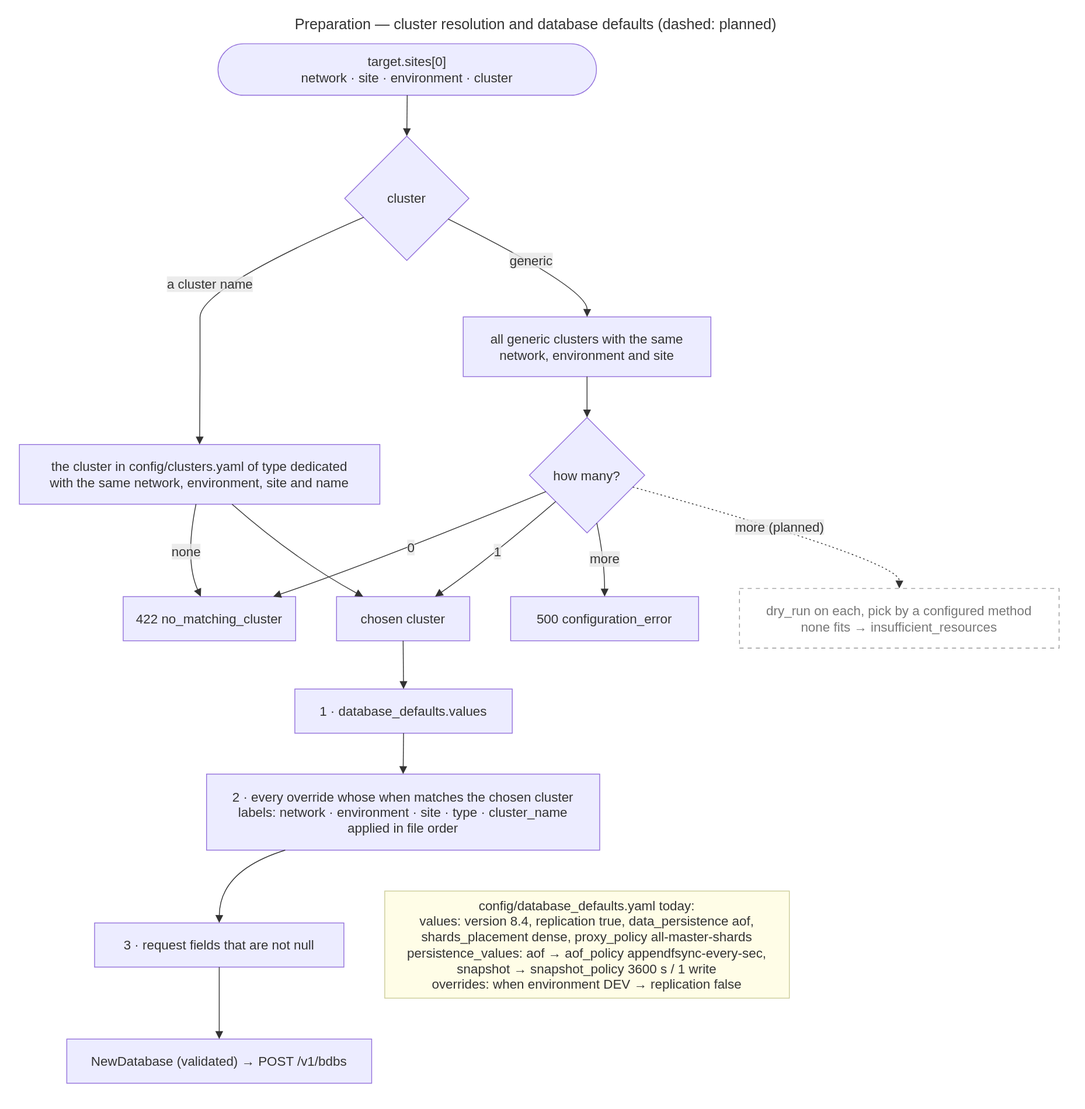
This is docs/diagrams/13-flow-cluster-and-defaults.drawio.svg from EliShteinman/redis-enterprise-services, a draw.io export, as it was before one commit. Source tidied: cells renumbered, new cells last; positions are measured from the earlier drawing's top-left corner, leaving out a move shared by most shapes. Its diagram source:
```xml
<mxGraphModel>
  <root>
    <mxCell id="0" />
    <mxCell id="1" parent="0" />
    <mxCell id="2" value="target.sites[0]&#10;network · site · environment · cluster" style="html=1;rounded=1;whiteSpace=wrap;arcSize=50;strokeWidth=1;fillColor=light-dark(#ECECFF,#1f2020);strokeColor=light-dark(#9370DB,#cccccc);fontColor=light-dark(#333333,#cccccc);fontFamily=Trebuchet MS,Verdana,Arial,sans-serif;fontSize=16;" parent="1" vertex="1">
      <mxGeometry x="251" y="38" width="463" height="63" as="geometry" />
    </mxCell>
    <mxCell id="3" value="cluster" style="rhombus;html=1;strokeWidth=1;whiteSpace=wrap;fillColor=light-dark(#ECECFF,#1f2020);strokeColor=light-dark(#9370DB,#cccccc);fontColor=light-dark(#333333,#cccccc);fontFamily=Trebuchet MS,Verdana,Arial,sans-serif;fontSize=16;" parent="1" vertex="1">
      <mxGeometry x="406" y="151" width="152" height="152" as="geometry" />
    </mxCell>
    <mxCell id="4" value="the cluster in config/clusters.yaml of type dedicated&#10;with the same network, environment, site and name" style="html=1;whiteSpace=wrap;strokeWidth=1;fillColor=light-dark(#ECECFF,#1f2020);strokeColor=light-dark(#9370DB,#cccccc);fontColor=light-dark(#333333,#cccccc);fontFamily=Trebuchet MS,Verdana,Arial,sans-serif;fontSize=16;" parent="1" vertex="1">
      <mxGeometry x="8" y="528" width="441" height="73" as="geometry" />
    </mxCell>
    <mxCell id="5" value="all generic clusters with the same&#10;network, environment and site" style="html=1;whiteSpace=wrap;strokeWidth=1;fillColor=light-dark(#ECECFF,#1f2020);strokeColor=light-dark(#9370DB,#cccccc);fontColor=light-dark(#333333,#cccccc);fontFamily=Trebuchet MS,Verdana,Arial,sans-serif;fontSize=16;" parent="1" vertex="1">
      <mxGeometry x="551" y="372" width="303" height="73" as="geometry" />
    </mxCell>
    <mxCell id="6" value="how many?" style="rhombus;html=1;strokeWidth=1;whiteSpace=wrap;fillColor=light-dark(#ECECFF,#1f2020);strokeColor=light-dark(#9370DB,#cccccc);fontColor=light-dark(#333333,#cccccc);fontFamily=Trebuchet MS,Verdana,Arial,sans-serif;fontSize=16;" parent="1" vertex="1">
      <mxGeometry x="632" y="495" width="141" height="141" as="geometry" />
    </mxCell>
    <mxCell id="7" value="422 no_matching_cluster" style="html=1;whiteSpace=wrap;strokeWidth=1;fillColor=light-dark(#ECECFF,#1f2020);strokeColor=light-dark(#9370DB,#cccccc);fontColor=light-dark(#333333,#cccccc);fontFamily=Trebuchet MS,Verdana,Arial,sans-serif;fontSize=16;" parent="1" vertex="1">
      <mxGeometry x="135" y="714" width="211" height="54" as="geometry" />
    </mxCell>
    <mxCell id="8" value="chosen cluster" style="html=1;whiteSpace=wrap;strokeWidth=1;fillColor=light-dark(#ECECFF,#1f2020);strokeColor=light-dark(#9370DB,#cccccc);fontColor=light-dark(#333333,#cccccc);fontFamily=Trebuchet MS,Verdana,Arial,sans-serif;fontSize=16;" parent="1" vertex="1">
      <mxGeometry x="396" y="714" width="163" height="54" as="geometry" />
    </mxCell>
    <mxCell id="9" value="500 configuration_error" style="html=1;whiteSpace=wrap;strokeWidth=1;fillColor=light-dark(#ECECFF,#1f2020);strokeColor=light-dark(#9370DB,#cccccc);fontColor=light-dark(#333333,#cccccc);fontFamily=Trebuchet MS,Verdana,Arial,sans-serif;fontSize=16;" parent="1" vertex="1">
      <mxGeometry x="609" y="714" width="230" height="54" as="geometry" />
    </mxCell>
    <mxCell id="10" value="dry_run on each, pick by a configured method&#10;none fits → insufficient_resources" style="html=1;whiteSpace=wrap;strokeWidth=1;fillColor=default;strokeColor=#999;fontColor=#777;fontFamily=Trebuchet MS,Verdana,Arial,sans-serif;fontSize=16;dashed=1;dashPattern=5 5;fixDash=1;" parent="1" vertex="1">
      <mxGeometry x="889" y="704" width="391" height="73" as="geometry" />
    </mxCell>
    <mxCell id="11" value="1 · database_defaults.values" style="html=1;whiteSpace=wrap;strokeWidth=1;fillColor=light-dark(#ECECFF,#1f2020);strokeColor=light-dark(#9370DB,#cccccc);fontColor=light-dark(#333333,#cccccc);fontFamily=Trebuchet MS,Verdana,Arial,sans-serif;fontSize=16;" parent="1" vertex="1">
      <mxGeometry x="345" y="827" width="266" height="54" as="geometry" />
    </mxCell>
    <mxCell id="12" value="2 · every override whose when matches the chosen cluster&#10;labels: network · environment · site · type · cluster_name&#10;applied in file order" style="html=1;whiteSpace=wrap;strokeWidth=1;fillColor=light-dark(#ECECFF,#1f2020);strokeColor=light-dark(#9370DB,#cccccc);fontColor=light-dark(#333333,#cccccc);fontFamily=Trebuchet MS,Verdana,Arial,sans-serif;fontSize=16;" parent="1" vertex="1">
      <mxGeometry x="237" y="931" width="481" height="93" as="geometry" />
    </mxCell>
    <mxCell id="13" value="3 · request fields that are not null" style="html=1;whiteSpace=wrap;strokeWidth=1;fillColor=light-dark(#ECECFF,#1f2020);strokeColor=light-dark(#9370DB,#cccccc);fontColor=light-dark(#333333,#cccccc);fontFamily=Trebuchet MS,Verdana,Arial,sans-serif;fontSize=16;" parent="1" vertex="1">
      <mxGeometry x="100" y="1113" width="305" height="54" as="geometry" />
    </mxCell>
    <mxCell id="14" value="NewDatabase (validated) → POST /v1/bdbs" style="html=1;whiteSpace=wrap;strokeWidth=1;fillColor=light-dark(#ECECFF,#1f2020);strokeColor=light-dark(#9370DB,#cccccc);fontColor=light-dark(#333333,#cccccc);fontFamily=Trebuchet MS,Verdana,Arial,sans-serif;fontSize=16;" parent="1" vertex="1">
      <mxGeometry x="66" y="1255" width="373" height="54" as="geometry" />
    </mxCell>
    <mxCell id="15" value="config/database_defaults.yaml today:&#10;values: version 8.4, replication true, data_persistence aof,&#10;shards_placement dense, proxy_policy all-master-shards&#10;persistence_values: aof → aof_policy appendfsync-every-sec,&#10;snapshot → snapshot_policy 3600 s / 1 write&#10;overrides: when environment DEV → replication false" style="html=1;whiteSpace=wrap;strokeWidth=1;fillColor=#fffde7;strokeColor=#cccc99;fontColor=light-dark(#333333,#cccccc);fontFamily=Trebuchet MS,Verdana,Arial,sans-serif;fontSize=16;" parent="1" vertex="1">
      <mxGeometry x="455" y="1074" width="495" height="131" as="geometry" />
    </mxCell>
    <mxCell id="16" style="curved=1;startArrow=none;endArrow=block;endSize=7;strokeColor=light-dark(#333333,#cccccc);exitX=0.5;exitY=1;entryX=0.5;entryY=0;" parent="1" edge="1" source="2" target="3">
      <mxGeometry relative="1" as="geometry" />
    </mxCell>
    <mxCell id="17" value="a cluster name" style="curved=1;startArrow=none;endArrow=block;endSize=7;strokeColor=light-dark(#333333,#cccccc);html=1;fontSize=16;labelBackgroundColor=light-dark(#E8E8E88D,#2a2a2a8D);fontFamily=Trebuchet MS,Verdana,Arial,sans-serif;fontColor=light-dark(#333333,#cccccc);exitX=0;exitY=0.72;entryX=0.5;entryY=0;" parent="1" edge="1" source="3" target="4">
      <mxGeometry relative="1" as="geometry">
        <Array as="points">
          <mxPoint x="229" y="337" />
          <mxPoint x="229" y="408" />
          <mxPoint x="229" y="470" />
        </Array>
      </mxGeometry>
    </mxCell>
    <mxCell id="18" value="generic" style="curved=1;startArrow=none;endArrow=block;endSize=7;strokeColor=light-dark(#333333,#cccccc);html=1;fontSize=16;labelBackgroundColor=light-dark(#E8E8E88D,#2a2a2a8D);fontFamily=Trebuchet MS,Verdana,Arial,sans-serif;fontColor=light-dark(#333333,#cccccc);exitX=1;exitY=0.75;entryX=0.5;entryY=0;" parent="1" edge="1" source="3" target="5">
      <mxGeometry relative="1" as="geometry">
        <Array as="points">
          <mxPoint x="703" y="337" />
        </Array>
      </mxGeometry>
    </mxCell>
    <mxCell id="19" style="curved=1;startArrow=none;endArrow=block;endSize=7;strokeColor=light-dark(#333333,#cccccc);exitX=0.5;exitY=1;entryX=0.5;entryY=0;" parent="1" edge="1" source="5" target="6">
      <mxGeometry relative="1" as="geometry" />
    </mxCell>
    <mxCell id="20" value="0" style="curved=1;startArrow=none;endArrow=block;endSize=7;strokeColor=light-dark(#333333,#cccccc);html=1;fontSize=16;labelBackgroundColor=light-dark(#E8E8E88D,#2a2a2a8D);fontFamily=Trebuchet MS,Verdana,Arial,sans-serif;fontColor=light-dark(#333333,#cccccc);exitX=0;exitY=0.7;entryX=0.87;entryY=0;" parent="1" edge="1" source="6" target="7">
      <mxGeometry relative="1" as="geometry">
        <Array as="points">
          <mxPoint x="447" y="670" />
        </Array>
      </mxGeometry>
    </mxCell>
    <mxCell id="21" value="1" style="curved=1;startArrow=none;endArrow=block;endSize=7;strokeColor=light-dark(#333333,#cccccc);html=1;fontSize=16;labelBackgroundColor=light-dark(#E8E8E88D,#2a2a2a8D);fontFamily=Trebuchet MS,Verdana,Arial,sans-serif;fontColor=light-dark(#333333,#cccccc);exitX=0;exitY=0.92;entryX=0.74;entryY=0;" parent="1" edge="1" source="6" target="8">
      <mxGeometry relative="1" as="geometry">
        <Array as="points">
          <mxPoint x="580" y="670" />
        </Array>
      </mxGeometry>
    </mxCell>
    <mxCell id="22" value="more" style="curved=1;startArrow=none;endArrow=block;endSize=7;strokeColor=light-dark(#333333,#cccccc);html=1;fontSize=16;labelBackgroundColor=light-dark(#E8E8E88D,#2a2a2a8D);fontFamily=Trebuchet MS,Verdana,Arial,sans-serif;fontColor=light-dark(#333333,#cccccc);exitX=0.6;exitY=0.99;entryX=0.5;entryY=0;" parent="1" edge="1" source="6" target="9">
      <mxGeometry relative="1" as="geometry">
        <Array as="points">
          <mxPoint x="724" y="670" />
        </Array>
      </mxGeometry>
    </mxCell>
    <mxCell id="23" value="more (planned)" style="curved=1;dashed=1;dashPattern=2 3;fixDash=1;startArrow=none;endArrow=block;endSize=7;strokeColor=light-dark(#333333,#cccccc);html=1;fontSize=16;labelBackgroundColor=light-dark(#E8E8E88D,#2a2a2a8D);fontFamily=Trebuchet MS,Verdana,Arial,sans-serif;fontColor=light-dark(#333333,#cccccc);exitX=1;exitY=0.63;entryX=0.5;entryY=0;" parent="1" edge="1" source="6" target="10">
      <mxGeometry relative="1" as="geometry">
        <Array as="points">
          <mxPoint x="1085" y="670" />
        </Array>
      </mxGeometry>
    </mxCell>
    <mxCell id="24" value="none" style="curved=1;startArrow=none;endArrow=block;endSize=7;strokeColor=light-dark(#333333,#cccccc);html=1;fontSize=16;labelBackgroundColor=light-dark(#E8E8E88D,#2a2a2a8D);fontFamily=Trebuchet MS,Verdana,Arial,sans-serif;fontColor=light-dark(#333333,#cccccc);exitX=0.49;exitY=1;entryX=0.45;entryY=0;" parent="1" edge="1" source="4" target="7">
      <mxGeometry relative="1" as="geometry">
        <Array as="points">
          <mxPoint x="210" y="670" />
        </Array>
      </mxGeometry>
    </mxCell>
    <mxCell id="25" style="curved=1;startArrow=none;endArrow=block;endSize=7;strokeColor=light-dark(#333333,#cccccc);exitX=0.59;exitY=1;entryX=0.2;entryY=0;" parent="1" edge="1" source="4" target="8">
      <mxGeometry relative="1" as="geometry">
        <Array as="points">
          <mxPoint x="347" y="670" />
        </Array>
      </mxGeometry>
    </mxCell>
    <mxCell id="26" style="curved=1;startArrow=none;endArrow=block;endSize=7;strokeColor=light-dark(#333333,#cccccc);exitX=0.5;exitY=1;entryX=0.5;entryY=0;" parent="1" edge="1" source="8" target="11">
      <mxGeometry relative="1" as="geometry" />
    </mxCell>
    <mxCell id="27" style="curved=1;startArrow=none;endArrow=block;endSize=7;strokeColor=light-dark(#333333,#cccccc);exitX=0.5;exitY=1;entryX=0.5;entryY=0;" parent="1" edge="1" source="11" target="12">
      <mxGeometry relative="1" as="geometry" />
    </mxCell>
    <mxCell id="28" style="curved=1;startArrow=none;endArrow=block;endSize=7;strokeColor=light-dark(#333333,#cccccc);exitX=0.2;exitY=1;entryX=0.5;entryY=0;" parent="1" edge="1" source="12" target="13">
      <mxGeometry relative="1" as="geometry">
        <Array as="points">
          <mxPoint x="253" y="1049" />
        </Array>
      </mxGeometry>
    </mxCell>
    <mxCell id="29" style="curved=1;startArrow=none;endArrow=block;endSize=7;strokeColor=light-dark(#333333,#cccccc);exitX=0.5;exitY=1;entryX=0.5;entryY=0;" parent="1" edge="1" source="13" target="14">
      <mxGeometry relative="1" as="geometry" />
    </mxCell>
    <mxCell id="30" value="Preparation — cluster resolution and database defaults (dashed: planned)" style="text;strokeColor=none;fillColor=none;align=center;verticalAlign=middle;fontSize=18;fontColor=light-dark(#333333,#cccccc);fontFamily=trebuchet ms,verdana,arial,sans-serif;" parent="1" vertex="1">
      <mxGeometry width="1280" height="25" as="geometry" />
    </mxCell>
  </root>
</mxGraphModel>
```
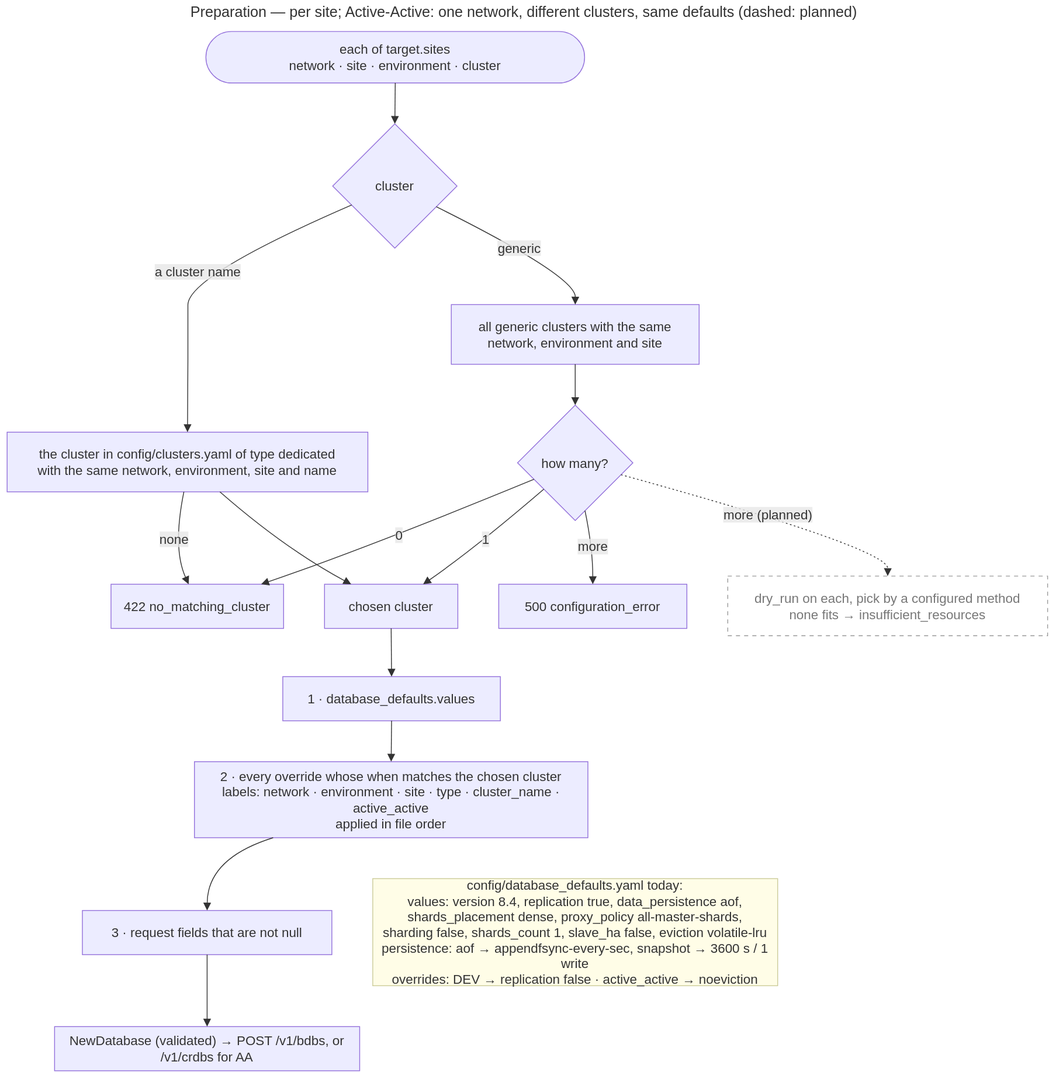
The same diagram one commit later.

Commit message:
docs(diagrams): Active-Active in the API models, preparation, context and layer diagrams

The edit, as a diff of the source:
```diff
@@ -2,7 +2,7 @@
   <root>
     <mxCell id="0" />
     <mxCell id="1" parent="0" />
-    <mxCell id="2" value="target.sites[0]&#10;network · site · environment · cluster" style="html=1;rounded=1;whiteSpace=wrap;arcSize=50;strokeWidth=1;fillColor=light-dark(#ECECFF,#1f2020);strokeColor=light-dark(#9370DB,#cccccc);fontColor=light-dark(#333333,#cccccc);fontFamily=Trebuchet MS,Verdana,Arial,sans-serif;fontSize=16;" parent="1" vertex="1">
+    <mxCell id="2" value="each of target.sites&#10;network · site · environment · cluster" style="html=1;rounded=1;whiteSpace=wrap;arcSize=50;strokeWidth=1;fillColor=light-dark(#ECECFF,#1f2020);strokeColor=light-dark(#9370DB,#cccccc);fontColor=light-dark(#333333,#cccccc);fontFamily=Trebuchet MS,Verdana,Arial,sans-serif;fontSize=16;" parent="1" vertex="1">
       <mxGeometry x="251" y="38" width="463" height="63" as="geometry" />
     </mxCell>
     <mxCell id="3" value="cluster" style="rhombus;html=1;strokeWidth=1;whiteSpace=wrap;fillColor=light-dark(#ECECFF,#1f2020);strokeColor=light-dark(#9370DB,#cccccc);fontColor=light-dark(#333333,#cccccc);fontFamily=Trebuchet MS,Verdana,Arial,sans-serif;fontSize=16;" parent="1" vertex="1">
@@ -32,16 +32,16 @@
     <mxCell id="11" value="1 · database_defaults.values" style="html=1;whiteSpace=wrap;strokeWidth=1;fillColor=light-dark(#ECECFF,#1f2020);strokeColor=light-dark(#9370DB,#cccccc);fontColor=light-dark(#333333,#cccccc);fontFamily=Trebuchet MS,Verdana,Arial,sans-serif;fontSize=16;" parent="1" vertex="1">
       <mxGeometry x="345" y="827" width="266" height="54" as="geometry" />
     </mxCell>
-    <mxCell id="12" value="2 · every override whose when matches the chosen cluster&#10;labels: network · environment · site · type · cluster_name&#10;applied in file order" style="html=1;whiteSpace=wrap;strokeWidth=1;fillColor=light-dark(#ECECFF,#1f2020);strokeColor=light-dark(#9370DB,#cccccc);fontColor=light-dark(#333333,#cccccc);fontFamily=Trebuchet MS,Verdana,Arial,sans-serif;fontSize=16;" parent="1" vertex="1">
+    <mxCell id="12" value="2 · every override whose when matches the chosen cluster&#10;labels: network · environment · site · type · cluster_name · active_active&#10;applied in file order" style="html=1;whiteSpace=wrap;strokeWidth=1;fillColor=light-dark(#ECECFF,#1f2020);strokeColor=light-dark(#9370DB,#cccccc);fontColor=light-dark(#333333,#cccccc);fontFamily=Trebuchet MS,Verdana,Arial,sans-serif;fontSize=16;" parent="1" vertex="1">
       <mxGeometry x="237" y="931" width="481" height="93" as="geometry" />
     </mxCell>
     <mxCell id="13" value="3 · request fields that are not null" style="html=1;whiteSpace=wrap;strokeWidth=1;fillColor=light-dark(#ECECFF,#1f2020);strokeColor=light-dark(#9370DB,#cccccc);fontColor=light-dark(#333333,#cccccc);fontFamily=Trebuchet MS,Verdana,Arial,sans-serif;fontSize=16;" parent="1" vertex="1">
       <mxGeometry x="100" y="1113" width="305" height="54" as="geometry" />
     </mxCell>
-    <mxCell id="14" value="NewDatabase (validated) → POST /v1/bdbs" style="html=1;whiteSpace=wrap;strokeWidth=1;fillColor=light-dark(#ECECFF,#1f2020);strokeColor=light-dark(#9370DB,#cccccc);fontColor=light-dark(#333333,#cccccc);fontFamily=Trebuchet MS,Verdana,Arial,sans-serif;fontSize=16;" parent="1" vertex="1">
+    <mxCell id="14" value="NewDatabase (validated) → POST /v1/bdbs, or /v1/crdbs for AA" style="html=1;whiteSpace=wrap;strokeWidth=1;fillColor=light-dark(#ECECFF,#1f2020);strokeColor=light-dark(#9370DB,#cccccc);fontColor=light-dark(#333333,#cccccc);fontFamily=Trebuchet MS,Verdana,Arial,sans-serif;fontSize=16;" parent="1" vertex="1">
       <mxGeometry x="66" y="1255" width="373" height="54" as="geometry" />
     </mxCell>
-    <mxCell id="15" value="config/database_defaults.yaml today:&#10;values: version 8.4, replication true, data_persistence aof,&#10;shards_placement dense, proxy_policy all-master-shards&#10;persistence_values: aof → aof_policy appendfsync-every-sec,&#10;snapshot → snapshot_policy 3600 s / 1 write&#10;overrides: when environment DEV → replication false" style="html=1;whiteSpace=wrap;strokeWidth=1;fillColor=#fffde7;strokeColor=#cccc99;fontColor=light-dark(#333333,#cccccc);fontFamily=Trebuchet MS,Verdana,Arial,sans-serif;fontSize=16;" parent="1" vertex="1">
+    <mxCell id="15" value="config/database_defaults.yaml today:&#10;values: version 8.4, replication true, data_persistence aof,&#10;shards_placement dense, proxy_policy all-master-shards,&#10;sharding false, shards_count 1, slave_ha false, eviction volatile-lru&#10;persistence: aof → appendfsync-every-sec, snapshot → 3600 s / 1 write&#10;overrides: DEV → replication false · active_active → noeviction" style="html=1;whiteSpace=wrap;strokeWidth=1;fillColor=#fffde7;strokeColor=#cccc99;fontColor=light-dark(#333333,#cccccc);fontFamily=Trebuchet MS,Verdana,Arial,sans-serif;fontSize=16;" parent="1" vertex="1">
       <mxGeometry x="455" y="1074" width="495" height="131" as="geometry" />
     </mxCell>
     <mxCell id="16" style="curved=1;startArrow=none;endArrow=block;endSize=7;strokeColor=light-dark(#333333,#cccccc);exitX=0.5;exitY=1;entryX=0.5;entryY=0;" parent="1" edge="1" source="2" target="3">
@@ -124,7 +124,7 @@
     <mxCell id="29" style="curved=1;startArrow=none;endArrow=block;endSize=7;strokeColor=light-dark(#333333,#cccccc);exitX=0.5;exitY=1;entryX=0.5;entryY=0;" parent="1" edge="1" source="13" target="14">
       <mxGeometry relative="1" as="geometry" />
     </mxCell>
-    <mxCell id="30" value="Preparation — cluster resolution and database defaults (dashed: planned)" style="text;strokeColor=none;fillColor=none;align=center;verticalAlign=middle;fontSize=18;fontColor=light-dark(#333333,#cccccc);fontFamily=trebuchet ms,verdana,arial,sans-serif;" parent="1" vertex="1">
+    <mxCell id="30" value="Preparation — per site; Active-Active: one network, different clusters, same defaults (dashed: planned)" style="text;strokeColor=none;fillColor=none;align=center;verticalAlign=middle;fontSize=18;fontColor=light-dark(#333333,#cccccc);fontFamily=trebuchet ms,verdana,arial,sans-serif;" parent="1" vertex="1">
       <mxGeometry width="1280" height="25" as="geometry" />
     </mxCell>
   </root>
```
